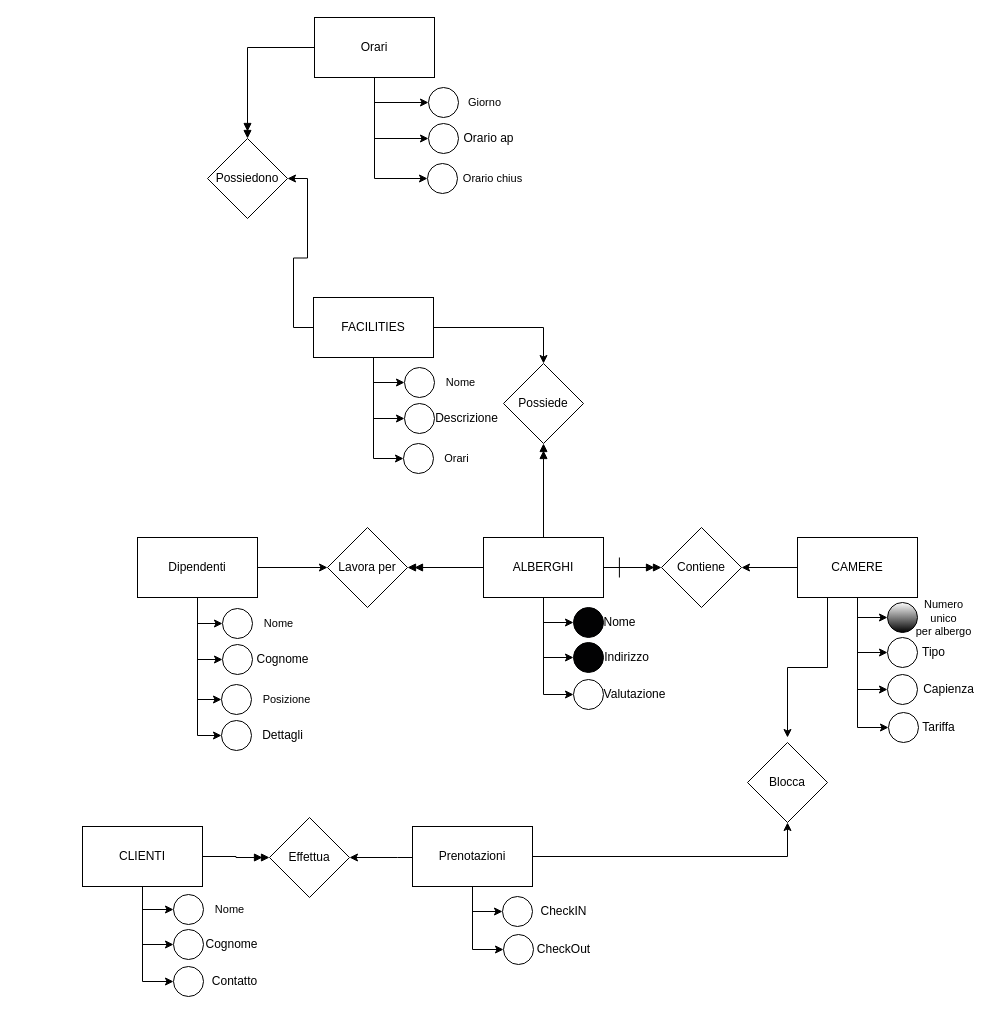
Before: EsercizioSQL/Diagramma senza titolo.drawio in Matteo2492/Esercizi, a draw.io diagram. Source tidied: cells renumbered, new cells numbered last; positions are measured from the earlier drawing's top-left corner, leaving out a move shared by most shapes. Both pictures are drawn from the tidied source at 100%, with x=0, y=0 at pixel (82, 17).
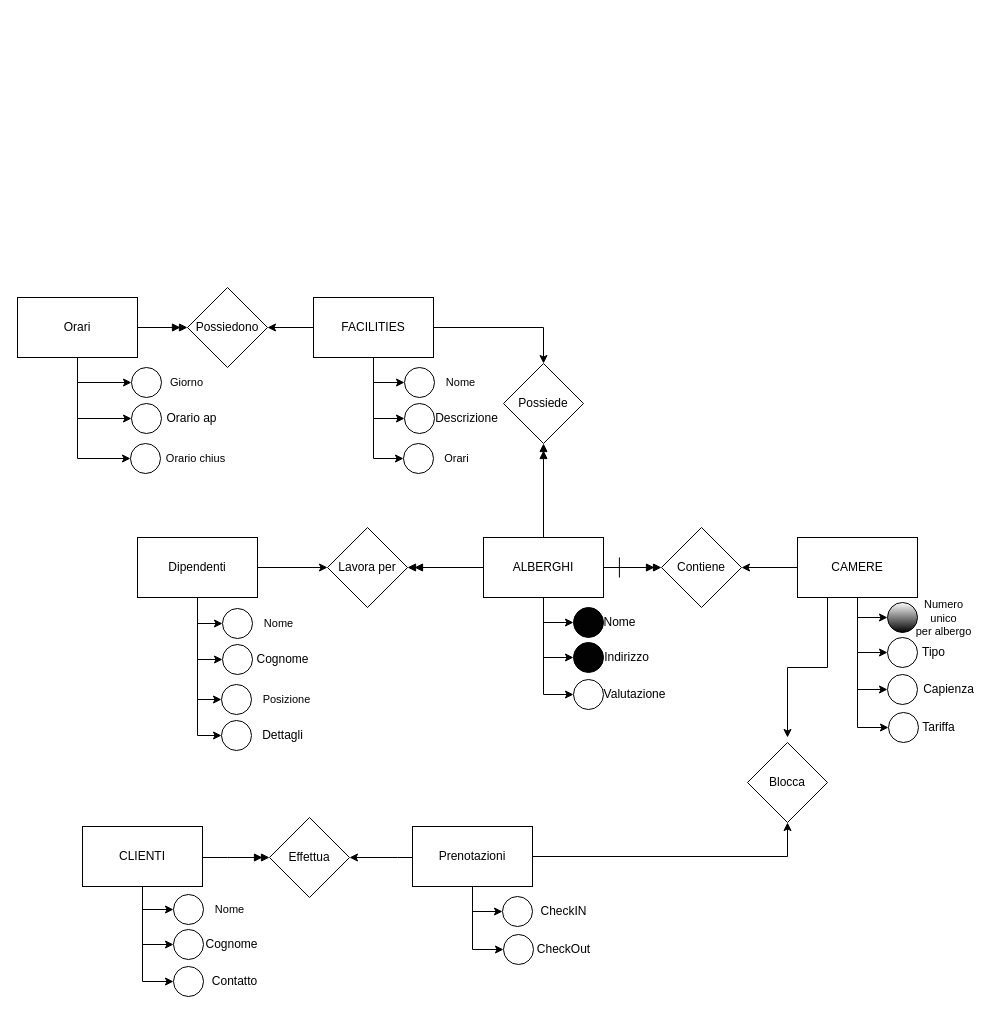
The same page after the edit.

The change refers to these unchanged cells:
```xml
<mxCell id="13" value="CLIENTI" style="rounded=0;whiteSpace=wrap;html=1;" parent="1" vertex="1">
  <mxGeometry y="809" width="120" height="60" as="geometry" />
</mxCell>
<mxCell id="78" value="Effettua" style="rhombus;whiteSpace=wrap;html=1;" parent="1" vertex="1">
  <mxGeometry x="187" y="800" width="80" height="80" as="geometry" />
</mxCell>
```

Diff of the diagram source:
```diff
@@
     <mxCell id="12" style="edgeStyle=orthogonalEdgeStyle;rounded=0;jettySize=auto;html=1;endArrow=doubleBlock;endFill=1;" parent="1" edge="1" source="13" target="78">
-      <mxGeometry relative="1" as="geometry" />
+      <mxGeometry relative="1" as="geometry">
+        <Array as="points">
+          <mxPoint x="145" y="840" />
+          <mxPoint x="145" y="840" />
+        </Array>
+      </mxGeometry>
     </mxCell>
@@
-    <mxCell id="85" style="edgeStyle=orthogonalEdgeStyle;rounded=0;jettySize=auto;html=1;entryX=0.5;entryY=0;entryDx=0;entryDy=0;endArrow=doubleBlock;endFill=1;" parent="1" edge="1" source="86" target="93">
+    <mxCell id="85" style="edgeStyle=orthogonalEdgeStyle;rounded=0;jettySize=auto;html=1;entryX=0;entryY=0.5;entryDx=0;entryDy=0;endArrow=doubleBlock;endFill=1;" parent="1" edge="1" source="86" target="93">
       <mxGeometry relative="1" as="geometry" />
     </mxCell>
     <mxCell id="86" value="Orari" style="rounded=0;whiteSpace=wrap;html=1;" parent="1" vertex="1">
-      <mxGeometry x="232" width="120" height="60" as="geometry" />
+      <mxGeometry x="-65" y="280" width="120" height="60" as="geometry" />
     </mxCell>
     <mxCell id="87" style="ellipse;whiteSpace=wrap;html=1;" parent="1" vertex="1">
-      <mxGeometry x="346" y="70" width="30" height="30" as="geometry" />
+      <mxGeometry x="49" y="350" width="30" height="30" as="geometry" />
     </mxCell>
     <mxCell id="88" value="&lt;span style=&quot;font-size: 11px;&quot;&gt;Giorno&lt;/span&gt;" style="text;html=1;align=center;verticalAlign=middle;strokeColor=none;fillColor=none;" parent="1" vertex="1">
-      <mxGeometry x="372" y="70" width="60" height="30" as="geometry" />
+      <mxGeometry x="74" y="350" width="60" height="30" as="geometry" />
     </mxCell>
     <mxCell id="89" style="ellipse;whiteSpace=wrap;html=1;" parent="1" vertex="1">
-      <mxGeometry x="346" y="106" width="30" height="30" as="geometry" />
+      <mxGeometry x="49" y="386" width="30" height="30" as="geometry" />
     </mxCell>
     <mxCell id="90" value="Orario ap" style="text;html=1;align=center;verticalAlign=middle;strokeColor=none;fillColor=none;" parent="1" vertex="1">
-      <mxGeometry x="371" y="106" width="70" height="30" as="geometry" />
+      <mxGeometry x="74" y="386" width="70" height="30" as="geometry" />
     </mxCell>
     <mxCell id="91" style="ellipse;whiteSpace=wrap;html=1;" parent="1" vertex="1">
-      <mxGeometry x="345" y="146" width="30" height="30" as="geometry" />
+      <mxGeometry x="48" y="426" width="30" height="30" as="geometry" />
     </mxCell>
     <mxCell id="92" value="&lt;span style=&quot;font-size: 11px;&quot;&gt;Orario chius&lt;/span&gt;" style="text;html=1;align=center;verticalAlign=middle;strokeColor=none;fillColor=none;" parent="1" vertex="1">
-      <mxGeometry x="370" y="146" width="80" height="30" as="geometry" />
+      <mxGeometry x="73" y="426" width="80" height="30" as="geometry" />
     </mxCell>
     <mxCell id="93" value="Possiedono" style="rhombus;whiteSpace=wrap;html=1;" parent="1" vertex="1">
-      <mxGeometry x="125" y="121" width="80" height="80" as="geometry" />
+      <mxGeometry x="105" y="270" width="80" height="80" as="geometry" />
     </mxCell>
```
